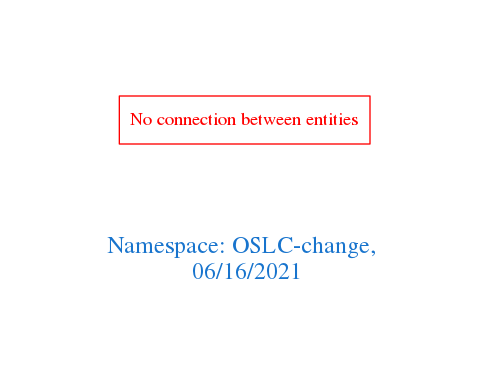
This is downloads/OSLC-change.png from arago/OGIT, a Graphviz export, as it was before one commit. Its source is kept beside it as downloads/OSLC-change.dot.
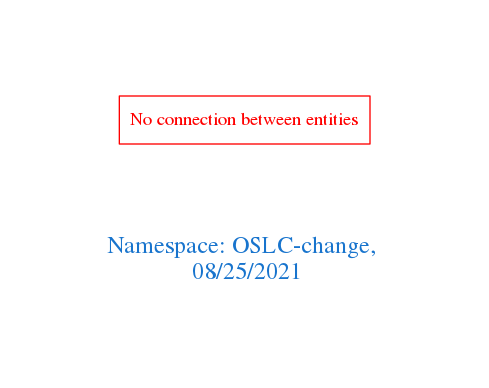
Above is the later version.

Diff of the diagram source:
```diff
@@ -1,7 +1,7 @@
 digraph OGIT_ontology {
  graph [ rankdir= LR,pad=1
 fontsize = 18,
-fontcolor= dodgerblue3,label = "\n\n\nNamespace: OSLC-change, \n 06/16/2021"];
+fontcolor= dodgerblue3,label = "\n\n\nNamespace: OSLC-change, \n 08/25/2021"];
 node[shape=polygon];
 edge [  color="gray81"];
 
```
